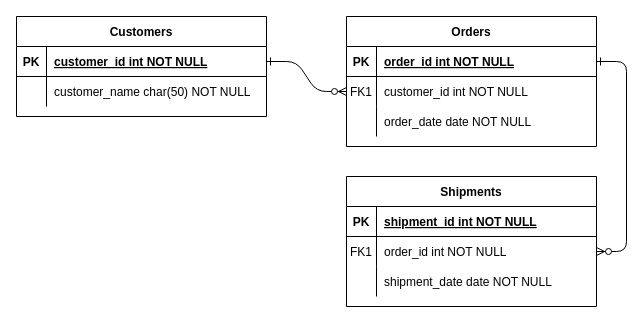
The draw.io diagram Coffee Growers Database.drawio in sdiacono6/database_coffee, before the edit. Source tidied: cells renumbered, new cells numbered last; positions are measured from the earlier drawing's top-left corner, leaving out a move shared by most shapes. Both pictures are drawn from the tidied source at 100%, with x=0, y=0 at pixel (16, 16).
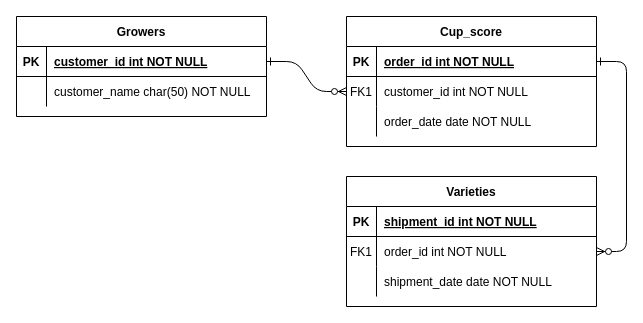
The same diagram, later.

Change to the diagram source:
```diff
@@
-    <mxCell id="4" value="Orders" style="shape=table;startSize=30;childLayout=tableLayout;rowLines=0;fontStyle=1;align=center;" parent="1" vertex="1">
+    <mxCell id="4" value="Cup_score" style="shape=table;startSize=30;childLayout=tableLayout;rowLines=0;fontStyle=1;align=center;" parent="1" vertex="1">
       <mxGeometry x="330" width="250" height="130" as="geometry" />
     </mxCell>
@@
-    <mxCell id="14" value="Shipments" style="shape=table;startSize=30;childLayout=tableLayout;rowLines=0;fontStyle=1;align=center;" parent="1" vertex="1">
+    <mxCell id="14" value="Varieties" style="shape=table;startSize=30;childLayout=tableLayout;rowLines=0;fontStyle=1;align=center;" parent="1" vertex="1">
       <mxGeometry x="330" y="160" width="250" height="130" as="geometry" />
     </mxCell>
@@
-    <mxCell id="24" value="Customers" style="shape=table;startSize=30;childLayout=tableLayout;rowLines=0;fontStyle=1;align=center;" parent="1" vertex="1">
+    <mxCell id="24" value="Growers" style="shape=table;startSize=30;childLayout=tableLayout;rowLines=0;fontStyle=1;align=center;" parent="1" vertex="1">
       <mxGeometry width="250" height="100" as="geometry" />
     </mxCell>
```
